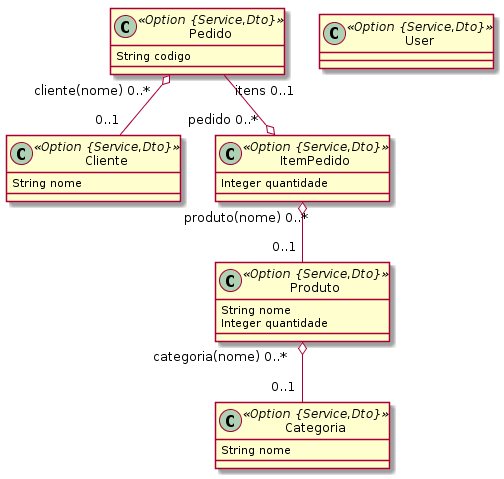
This is pedidos.png from munifgebara/generator-jhipster, a PlantUML export, as it was before one commit. Source of this version:
```plantuml
@startuml
	class Categoria <<Option {Service,Dto}>> {
		String nome
	}
	class Produto <<Option {Service,Dto}>> {
		String nome
		Integer quantidade
	}
	class Cliente <<Option {Service,Dto}>> {
		String nome
	}
	class Pedido <<Option {Service,Dto}>> {
		String codigo
	}
	class ItemPedido <<Option {Service,Dto}>> {
		Integer quantidade
	}
	Produto  "categoria(nome) 0..* " o-- "0..1 "  Categoria
	Pedido  "cliente(nome) 0..* " o-- "0..1 "  Cliente
	ItemPedido  "produto(nome) 0..* " o-- "0..1 "  Produto
	Pedido  "itens 0..1 " --o "pedido 0..* "  ItemPedido
	class User <<Option {Service,Dto}>> {
	}
@enduml
```
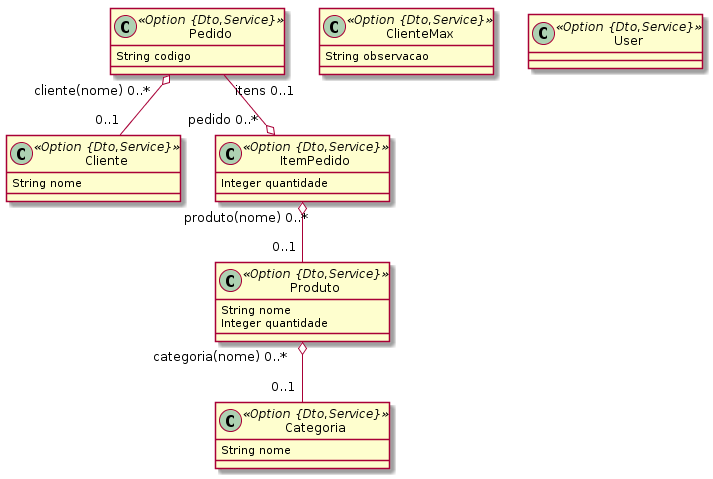
The same diagram one commit later.

Change to the diagram source:
```diff
@@ -1,24 +1,27 @@
 @startuml
-	class Categoria <<Option {Service,Dto}>> {
+	class Categoria <<Option {Dto,Service}>> {
 		String nome
 	}
-	class Produto <<Option {Service,Dto}>> {
+	class Produto <<Option {Dto,Service}>> {
 		String nome
 		Integer quantidade
 	}
-	class Cliente <<Option {Service,Dto}>> {
+	class Cliente <<Option {Dto,Service}>> {
 		String nome
 	}
-	class Pedido <<Option {Service,Dto}>> {
+	class ClienteMax <<Option {Dto,Service}>> {
+		String observacao
+	}
+	class Pedido <<Option {Dto,Service}>> {
 		String codigo
 	}
-	class ItemPedido <<Option {Service,Dto}>> {
+	class ItemPedido <<Option {Dto,Service}>> {
 		Integer quantidade
 	}
 	Produto  "categoria(nome) 0..* " o-- "0..1 "  Categoria
 	Pedido  "cliente(nome) 0..* " o-- "0..1 "  Cliente
 	ItemPedido  "produto(nome) 0..* " o-- "0..1 "  Produto
 	Pedido  "itens 0..1 " --o "pedido 0..* "  ItemPedido
-	class User <<Option {Service,Dto}>> {
+	class User <<Option {Dto,Service}>> {
 	}
 @enduml
```
